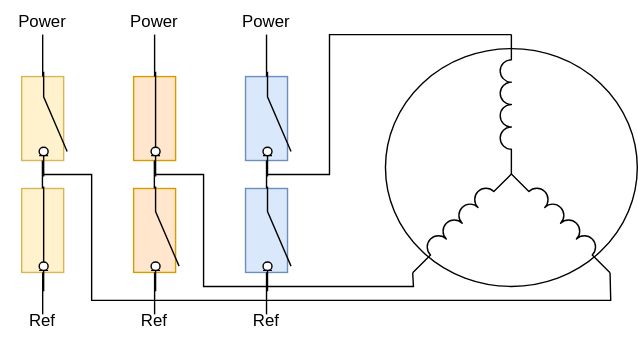
Before: 01-documentation/svg_files/esc_commutation_principle.drawio.svg, a diagram exported from draw.io (stephaneamans/ESC_Brushless). Source tidied: cells renumbered, new cells last; positions are measured from the earlier drawing's top-left corner, leaving out a move shared by most shapes.
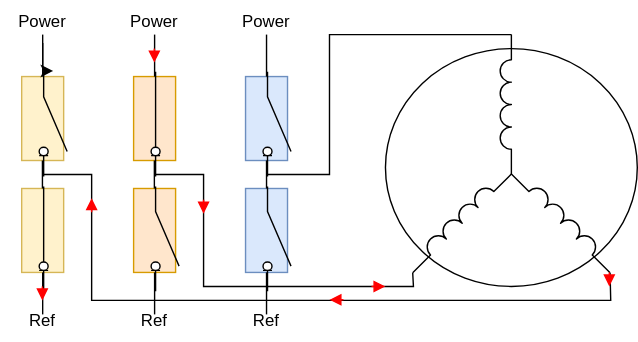
Later version of the same file.

Diff of the diagram source:
```diff
@@ -88,6 +88,9 @@
         <mxPoint x="30" y="194" as="targetPoint" />
       </mxGeometry>
     </mxCell>
+    <mxCell id="36" style="edgeStyle=orthogonalEdgeStyle;rounded=0;jettySize=auto;html=1;" parent="1" edge="1" source="20" target="31">
+      <mxGeometry relative="1" as="geometry" />
+    </mxCell>
     <mxCell id="20" value="Power" style="text;html=1;align=center;verticalAlign=middle;whiteSpace=wrap;rounded=0;" parent="1" vertex="1">
       <mxGeometry width="60" height="30" as="geometry" />
     </mxCell>
@@ -148,5 +151,47 @@
     <mxCell id="35" style="html=1;shape=mxgraph.electrical.electro-mechanical.switchDisconnector;elSwitchState=on;rotation=90;" parent="1" vertex="1">
       <mxGeometry x="80" y="78" width="75" height="20" as="geometry" />
     </mxCell>
+    <mxCell id="37" style="endArrow=block;html=1;rounded=0;strokeColor=#FF0000;endFill=1;" parent="1" edge="1">
+      <mxGeometry relative="1" as="geometry">
+        <mxPoint x="109.8" y="34" as="sourcePoint" />
+        <mxPoint x="109.8" y="44" as="targetPoint" />
+      </mxGeometry>
+    </mxCell>
+    <mxCell id="38" style="endArrow=block;html=1;rounded=0;strokeColor=#FF0000;endFill=1;" parent="1" edge="1">
+      <mxGeometry relative="1" as="geometry">
+        <mxPoint x="145" y="142" as="sourcePoint" />
+        <mxPoint x="145" y="152" as="targetPoint" />
+      </mxGeometry>
+    </mxCell>
+    <mxCell id="39" style="endArrow=block;html=1;rounded=0;strokeColor=#FF0000;endFill=1;" parent="1" edge="1">
+      <mxGeometry relative="1" as="geometry">
+        <mxPoint x="435" y="194" as="sourcePoint" />
+        <mxPoint x="435" y="204" as="targetPoint" />
+      </mxGeometry>
+    </mxCell>
+    <mxCell id="40" style="endArrow=block;html=1;rounded=0;strokeColor=#FF0000;endFill=1;" parent="1" edge="1">
+      <mxGeometry relative="1" as="geometry">
+        <mxPoint x="29.8" y="204" as="sourcePoint" />
+        <mxPoint x="29.8" y="214" as="targetPoint" />
+      </mxGeometry>
+    </mxCell>
+    <mxCell id="41" style="endArrow=block;html=1;rounded=0;strokeColor=#FF0000;endFill=1;" parent="1" edge="1">
+      <mxGeometry relative="1" as="geometry">
+        <mxPoint x="265" y="204" as="sourcePoint" />
+        <mxPoint x="275" y="204" as="targetPoint" />
+      </mxGeometry>
+    </mxCell>
+    <mxCell id="42" style="endArrow=block;html=1;rounded=0;strokeColor=#FF0000;endFill=1;" parent="1" edge="1">
+      <mxGeometry relative="1" as="geometry">
+        <mxPoint x="245" y="213.5" as="sourcePoint" />
+        <mxPoint x="235" y="213.5" as="targetPoint" />
+      </mxGeometry>
+    </mxCell>
+    <mxCell id="43" style="endArrow=block;html=1;rounded=0;strokeColor=#FF0000;endFill=1;" parent="1" edge="1">
+      <mxGeometry relative="1" as="geometry">
+        <mxPoint x="65" y="151" as="sourcePoint" />
+        <mxPoint x="65" y="141" as="targetPoint" />
+      </mxGeometry>
+    </mxCell>
   </root>
 </mxGraphModel>
```
